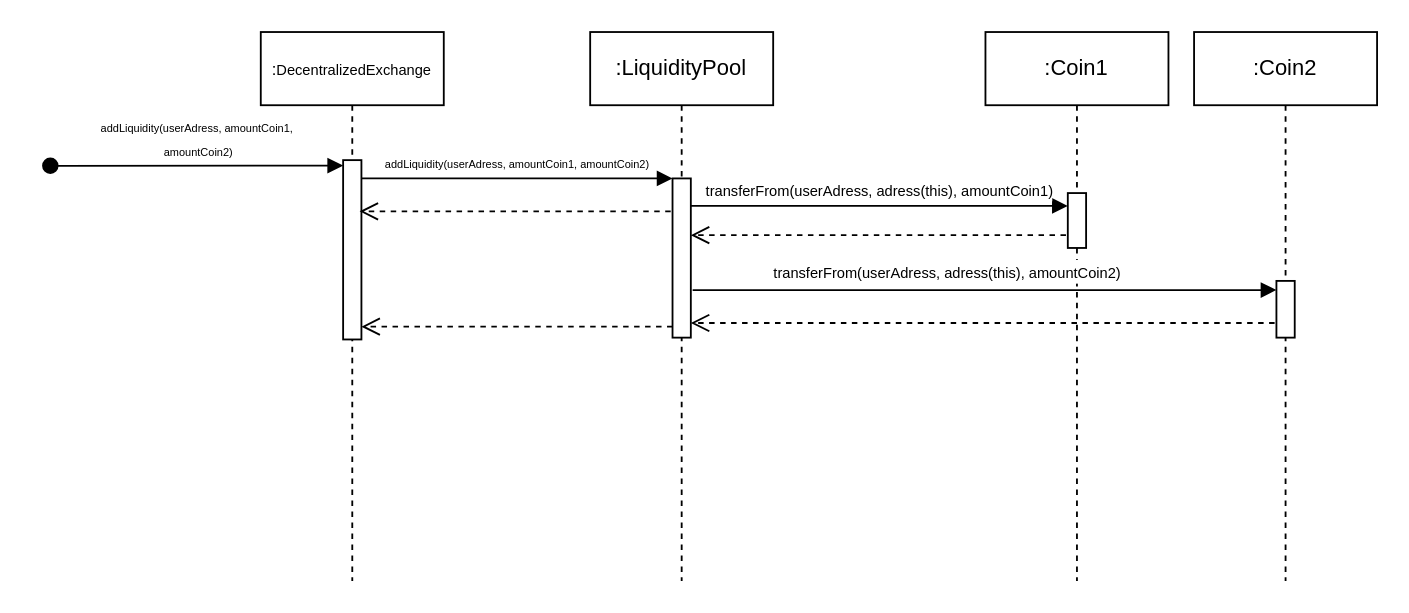
Before: addLiquidity.drawio in xphil-22/drawIoBackup, a draw.io diagram. Source tidied: cells renumbered, new cells numbered last; positions are measured from the earlier drawing's top-left corner, leaving out a move shared by most shapes. Both pictures are drawn from the tidied source at 183%, with x=0, y=0 at pixel (49, 31).
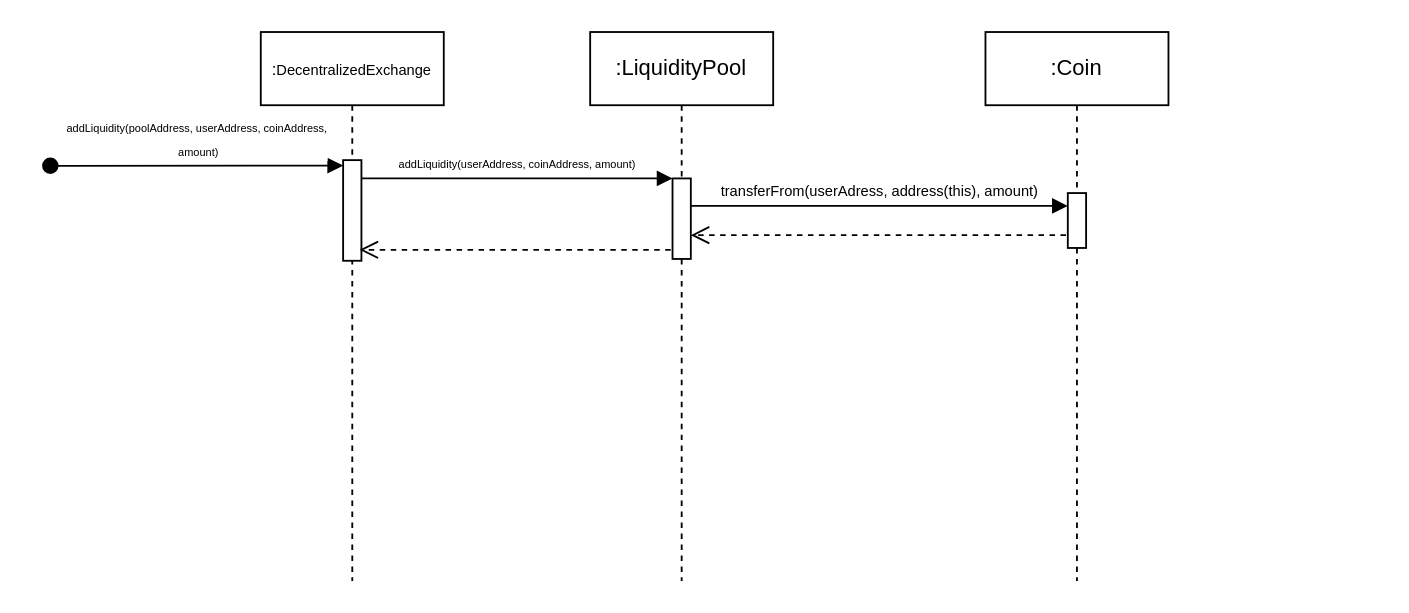
Above is the later version.

Unchanged cells that the change refers to:
```xml
<mxCell id="2" value="&lt;font style=&quot;font-size: 9px;&quot;&gt;:&lt;/font&gt;&lt;font style=&quot;font-size: 8px;&quot;&gt;DecentralizedExchange&lt;/font&gt;" style="shape=umlLifeline;perimeter=lifelinePerimeter;whiteSpace=wrap;html=1;newEdgeStyle={&quot;edgeStyle&quot;:&quot;elbowEdgeStyle&quot;,&quot;elbow&quot;:&quot;vertical&quot;,&quot;curved&quot;:0,&quot;rounded&quot;:0};" parent="1" vertex="1">
  <mxGeometry x="115" width="100" height="300" as="geometry" />
</mxCell>
<mxCell id="5" value=":LiquidityPool" style="shape=umlLifeline;perimeter=lifelinePerimeter;whiteSpace=wrap;html=1;newEdgeStyle={&quot;edgeStyle&quot;:&quot;elbowEdgeStyle&quot;,&quot;elbow&quot;:&quot;vertical&quot;,&quot;curved&quot;:0,&quot;rounded&quot;:0};" parent="1" vertex="1">
  <mxGeometry x="295" width="100" height="300" as="geometry" />
</mxCell>
<mxCell id="10" style="html=1;points=[];perimeter=orthogonalPerimeter;outlineConnect=0;targetShapes=umlLifeline;portConstraint=eastwest;newEdgeStyle={&quot;edgeStyle&quot;:&quot;elbowEdgeStyle&quot;,&quot;elbow&quot;:&quot;vertical&quot;,&quot;curved&quot;:0,&quot;rounded&quot;:0};" parent="9" vertex="1">
  <mxGeometry x="45" y="88" width="10" height="30" as="geometry" />
</mxCell>
```

Diff of the diagram source:
```diff
@@
     <mxCell id="3" style="html=1;points=[];perimeter=orthogonalPerimeter;outlineConnect=0;targetShapes=umlLifeline;portConstraint=eastwest;newEdgeStyle={&quot;edgeStyle&quot;:&quot;elbowEdgeStyle&quot;,&quot;elbow&quot;:&quot;vertical&quot;,&quot;curved&quot;:0,&quot;rounded&quot;:0};" parent="2" vertex="1">
-      <mxGeometry x="45" y="70" width="10" height="98" as="geometry" />
+      <mxGeometry x="45" y="70" width="10" height="55" as="geometry" />
     </mxCell>
-    <mxCell id="4" value="&lt;div&gt;&lt;font style=&quot;font-size: 6px;&quot;&gt;addLiquidity(userAdress, amountCoin1,&lt;/font&gt;&lt;/div&gt;&lt;div&gt;&lt;font style=&quot;font-size: 6px;&quot;&gt;&amp;nbsp;amountCoin2)&lt;/font&gt;&lt;/div&gt;" style="html=1;verticalAlign=bottom;startArrow=oval;endArrow=block;startSize=8;edgeStyle=elbowEdgeStyle;elbow=vertical;curved=0;rounded=0;" parent="2" edge="1">
+    <mxCell id="4" value="&lt;div&gt;&lt;font style=&quot;font-size: 6px;&quot;&gt;addLiquidity(poolAddress, userAddress, coinAddress,&lt;/font&gt;&lt;/div&gt;&lt;div&gt;&lt;font style=&quot;font-size: 6px;&quot;&gt;&amp;nbsp;amount)&lt;/font&gt;&lt;/div&gt;" style="html=1;verticalAlign=bottom;startArrow=oval;endArrow=block;startSize=8;edgeStyle=elbowEdgeStyle;elbow=vertical;curved=0;rounded=0;" parent="2" edge="1">
       <mxGeometry relative="1" as="geometry">
         <mxPoint x="-115" y="73.1" as="sourcePoint" />
         <mxPoint x="45" y="73.1" as="targetPoint" />
       </mxGeometry>
     </mxCell>
@@
     <mxCell id="6" style="html=1;points=[];perimeter=orthogonalPerimeter;outlineConnect=0;targetShapes=umlLifeline;portConstraint=eastwest;newEdgeStyle={&quot;edgeStyle&quot;:&quot;elbowEdgeStyle&quot;,&quot;elbow&quot;:&quot;vertical&quot;,&quot;curved&quot;:0,&quot;rounded&quot;:0};" parent="5" vertex="1">
-      <mxGeometry x="45" y="80" width="10" height="87" as="geometry" />
+      <mxGeometry x="45" y="80" width="10" height="44" as="geometry" />
     </mxCell>
-    <mxCell id="7" value="&lt;div&gt;&lt;font style=&quot;font-size: 6px;&quot;&gt;addLiquidity(userAdress, amountCoin1, amountCoin2)&lt;/font&gt;&lt;/div&gt;" style="html=1;verticalAlign=bottom;endArrow=block;edgeStyle=elbowEdgeStyle;elbow=vertical;curved=0;rounded=0;" parent="1" edge="1" source="3" target="6">
+    <mxCell id="7" value="&lt;div&gt;&lt;font style=&quot;font-size: 6px;&quot;&gt;addLiquidity(userAddress, coinAddress, amount)&lt;/font&gt;&lt;/div&gt;" style="html=1;verticalAlign=bottom;endArrow=block;edgeStyle=elbowEdgeStyle;elbow=vertical;curved=0;rounded=0;" parent="1" edge="1" source="3" target="6">
       <mxGeometry relative="1" as="geometry">
         <Array as="points">
           <mxPoint x="255" y="80" />
         </Array>
       </mxGeometry>
     </mxCell>
     <mxCell id="8" style="html=1;verticalAlign=bottom;endArrow=open;dashed=1;endSize=8;edgeStyle=elbowEdgeStyle;elbow=vertical;curved=0;rounded=0;" parent="1" edge="1">
       <mxGeometry relative="1" as="geometry">
-        <mxPoint x="339" y="98" as="sourcePoint" />
-        <mxPoint x="169" y="98" as="targetPoint" />
+        <mxPoint x="339" y="119" as="sourcePoint" />
+        <mxPoint x="169" y="119" as="targetPoint" />
         <Array as="points">
-          <mxPoint x="264" y="98" />
+          <mxPoint x="264" y="119" />
         </Array>
       </mxGeometry>
     </mxCell>
-    <mxCell id="9" value=":Coin1" style="shape=umlLifeline;perimeter=lifelinePerimeter;whiteSpace=wrap;html=1;newEdgeStyle={&quot;edgeStyle&quot;:&quot;elbowEdgeStyle&quot;,&quot;elbow&quot;:&quot;vertical&quot;,&quot;curved&quot;:0,&quot;rounded&quot;:0};" parent="1" vertex="1">
+    <mxCell id="9" value=":Coin" style="shape=umlLifeline;perimeter=lifelinePerimeter;whiteSpace=wrap;html=1;newEdgeStyle={&quot;edgeStyle&quot;:&quot;elbowEdgeStyle&quot;,&quot;elbow&quot;:&quot;vertical&quot;,&quot;curved&quot;:0,&quot;rounded&quot;:0};" parent="1" vertex="1">
       <mxGeometry x="511" width="100" height="300" as="geometry" />
     </mxCell>
@@
-    <mxCell id="11" value=":Coin2" style="shape=umlLifeline;perimeter=lifelinePerimeter;whiteSpace=wrap;html=1;newEdgeStyle={&quot;edgeStyle&quot;:&quot;elbowEdgeStyle&quot;,&quot;elbow&quot;:&quot;vertical&quot;,&quot;curved&quot;:0,&quot;rounded&quot;:0};" parent="1" vertex="1">
-      <mxGeometry x="625" width="100" height="300" as="geometry" />
-    </mxCell>
-    <mxCell id="12" style="html=1;points=[];perimeter=orthogonalPerimeter;outlineConnect=0;targetShapes=umlLifeline;portConstraint=eastwest;newEdgeStyle={&quot;edgeStyle&quot;:&quot;elbowEdgeStyle&quot;,&quot;elbow&quot;:&quot;vertical&quot;,&quot;curved&quot;:0,&quot;rounded&quot;:0};" parent="11" vertex="1">
-      <mxGeometry x="45" y="136" width="10" height="31" as="geometry" />
-    </mxCell>
-    <mxCell id="13" value="&lt;div&gt;&lt;font style=&quot;font-size: 8px;&quot;&gt;transferFrom(userAdress, adress(this), amountCoin1)&lt;/font&gt;&lt;/div&gt;" style="html=1;verticalAlign=bottom;endArrow=block;edgeStyle=elbowEdgeStyle;elbow=vertical;curved=0;rounded=0;" parent="1" edge="1" target="10">
+    <mxCell id="13" value="&lt;div&gt;&lt;font style=&quot;font-size: 8px;&quot;&gt;transferFrom(userAdress, address(this), amount)&lt;/font&gt;&lt;/div&gt;" style="html=1;verticalAlign=bottom;endArrow=block;edgeStyle=elbowEdgeStyle;elbow=vertical;curved=0;rounded=0;" parent="1" edge="1" target="10">
       <mxGeometry relative="1" as="geometry">
         <mxPoint x="350" y="95" as="sourcePoint" />
         <Array as="points">
           <mxPoint x="435" y="95" />
         </Array>
       </mxGeometry>
     </mxCell>
-    <mxCell id="14" value="&lt;div&gt;&lt;font style=&quot;font-size: 8px;&quot;&gt;transferFrom(userAdress, adress(this), amountCoin2)&lt;/font&gt;&lt;/div&gt;" style="html=1;verticalAlign=bottom;endArrow=block;edgeStyle=elbowEdgeStyle;elbow=vertical;curved=0;rounded=0;" parent="1" edge="1" target="12">
-      <mxGeometry x="-0.13" y="1" relative="1" as="geometry">
-        <mxPoint x="351" y="141" as="sourcePoint" />
-        <Array as="points">
-          <mxPoint x="436" y="141" />
-        </Array>
-      </mxGeometry>
-    </mxCell>
@@
-    <mxCell id="16" style="html=1;verticalAlign=bottom;endArrow=open;dashed=1;endSize=8;edgeStyle=elbowEdgeStyle;elbow=vertical;curved=0;rounded=0;" parent="1" edge="1" target="6">
-      <mxGeometry relative="1" as="geometry">
-        <mxPoint x="669" y="159" as="sourcePoint" />
-        <Array as="points">
-          <mxPoint x="594" y="159" />
-        </Array>
-      </mxGeometry>
-    </mxCell>
-    <mxCell id="17" style="html=1;verticalAlign=bottom;endArrow=open;dashed=1;endSize=8;edgeStyle=elbowEdgeStyle;elbow=vertical;curved=0;rounded=0;" parent="1" edge="1">
-      <mxGeometry relative="1" as="geometry">
-        <mxPoint x="340" y="161" as="sourcePoint" />
-        <mxPoint x="170" y="161" as="targetPoint" />
-        <Array as="points">
-          <mxPoint x="265" y="161" />
-        </Array>
-      </mxGeometry>
-    </mxCell>
```
